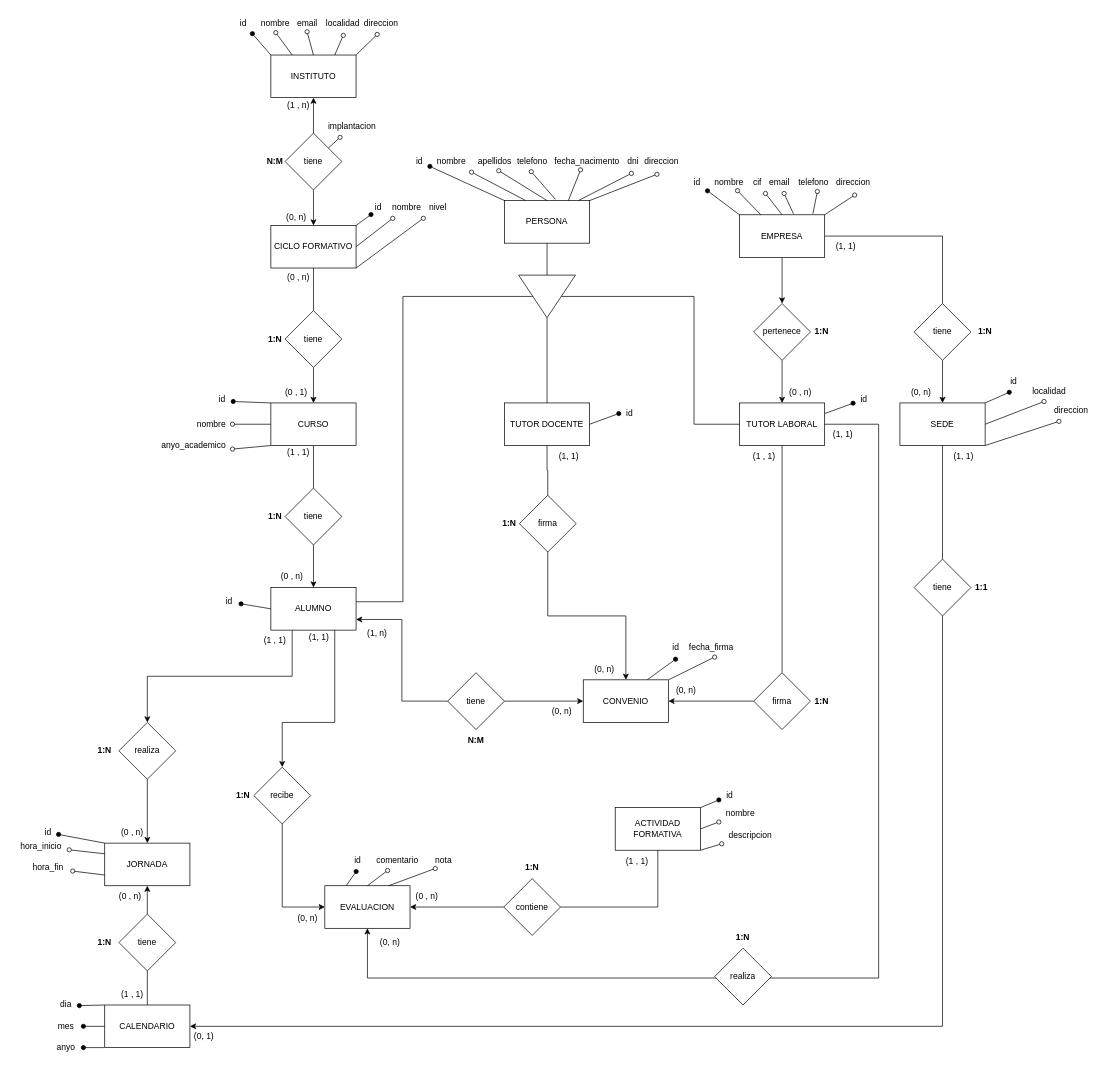
Before: page "Página-1" (1 of 2) of FP_DUAL_E-R.drawio in jjimho439/ProyectoBBDD, a draw.io diagram. Source tidied: cells renumbered, new cells numbered last; positions are measured from the earlier drawing's top-left corner, leaving out a move shared by most shapes. Both pictures are drawn from the tidied source at 71%, with x=0, y=0 at pixel (12, 12).
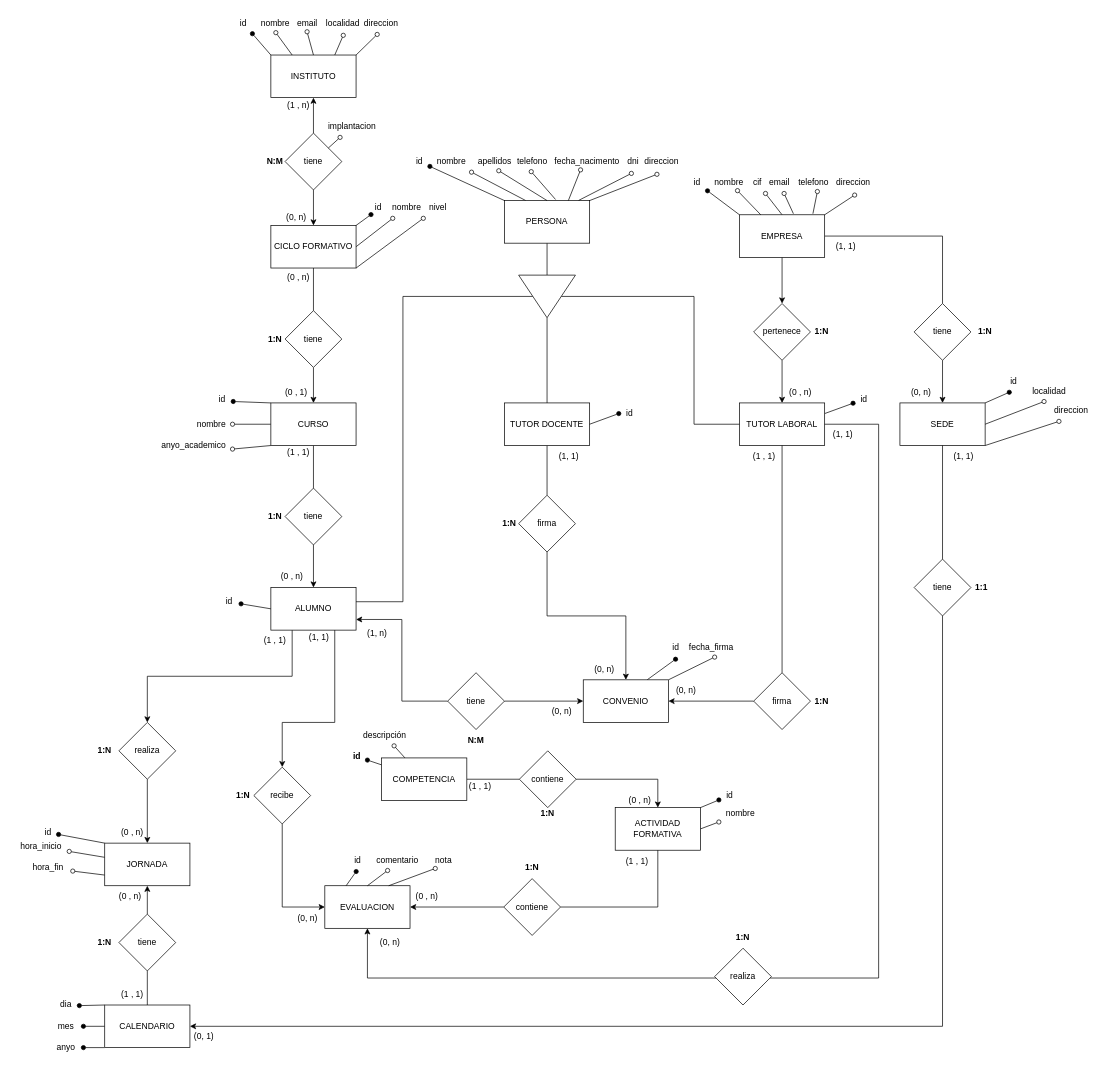
After the change.

Unchanged cells that the change refers to:
```xml
<mxCell id="9" value="ACTIVIDAD FORMATIVA" style="rounded=0;whiteSpace=wrap;html=1;" parent="1" vertex="1">
  <mxGeometry x="849" y="1120" width="120" height="60" as="geometry" />
</mxCell>
<mxCell id="141" value="JORNADA" style="whiteSpace=wrap;html=1;" parent="1" vertex="1">
  <mxGeometry x="130" y="1170" width="120" height="60" as="geometry" />
</mxCell>
<mxCell id="191" value="hora_inicio" style="text;html=1;align=center;verticalAlign=middle;points=[];strokeColor=none;fillColor=none;" parent="1" vertex="1">
  <mxGeometry y="1160" width="80" height="30" as="geometry" />
</mxCell>
```

Diff of the diagram source:
```diff
@@
-    <mxCell id="7" style="rounded=0;jettySize=auto;html=1;exitX=1;exitY=1;exitDx=0;exitDy=0;endArrow=oval;endFill=0;" parent="1" edge="1" source="9" target="150">
-      <mxGeometry relative="1" as="geometry" />
-    </mxCell>
@@
     <mxCell id="47" value="firma" style="rhombus;whiteSpace=wrap;html=1;" parent="1" vertex="1">
-      <mxGeometry x="714" y="680" width="80" height="80" as="geometry" />
+      <mxGeometry x="713" y="680" width="80" height="80" as="geometry" />
     </mxCell>
@@
-    <mxCell id="139" style="rounded=0;jettySize=auto;html=1;exitX=0;exitY=0.25;exitDx=0;exitDy=0;endArrow=oval;endFill=0;" parent="1" edge="1" source="141" target="191">
+    <mxCell id="139" style="rounded=0;jettySize=auto;html=1;endArrow=oval;endFill=0;" parent="1" edge="1" source="141" target="191">
       <mxGeometry relative="1" as="geometry" />
     </mxCell>
@@
-    <mxCell id="150" value="descripcion" style="text;html=1;align=center;verticalAlign=middle;points=[];strokeColor=none;fillColor=none;" parent="1" vertex="1">
-      <mxGeometry x="999" y="1144" width="80" height="30" as="geometry" />
-    </mxCell>
@@
+    <mxCell id="194" style="edgeStyle=orthogonalEdgeStyle;rounded=0;jettySize=auto;html=1;endArrow=none;startFill=0;" parent="1" edge="1" source="197" target="199">
+      <mxGeometry relative="1" as="geometry" />
+    </mxCell>
+    <mxCell id="195" style="rounded=0;jettySize=auto;html=1;endArrow=oval;endFill=1;" parent="1" edge="1" source="197" target="203">
+      <mxGeometry relative="1" as="geometry" />
+    </mxCell>
+    <mxCell id="196" style="rounded=0;jettySize=auto;html=1;endArrow=oval;endFill=0;" parent="1" edge="1" source="197" target="204">
+      <mxGeometry relative="1" as="geometry" />
+    </mxCell>
+    <mxCell id="197" value="COMPETENCIA" style="rounded=0;whiteSpace=wrap;html=1;" parent="1" vertex="1">
+      <mxGeometry x="520" y="1050" width="120" height="60" as="geometry" />
+    </mxCell>
+    <mxCell id="198" style="edgeStyle=orthogonalEdgeStyle;rounded=0;jettySize=auto;html=1;" parent="1" edge="1" source="199" target="9">
+      <mxGeometry relative="1" as="geometry">
+        <Array as="points">
+          <mxPoint x="909" y="1080" />
+        </Array>
+      </mxGeometry>
+    </mxCell>
+    <mxCell id="199" value="contiene" style="rhombus;whiteSpace=wrap;html=1;" parent="1" vertex="1">
+      <mxGeometry x="714" y="1040" width="80" height="80" as="geometry" />
+    </mxCell>
+    <mxCell id="200" value="&lt;b&gt;1:N&lt;/b&gt;" style="text;html=1;align=center;verticalAlign=middle;whiteSpace=wrap;rounded=0;" parent="1" vertex="1">
+      <mxGeometry x="724" y="1114" width="60" height="30" as="geometry" />
+    </mxCell>
+    <mxCell id="201" value="(1 , 1)" style="text;html=1;align=center;verticalAlign=middle;whiteSpace=wrap;rounded=0;" parent="1" vertex="1">
+      <mxGeometry x="629" y="1075" width="60" height="30" as="geometry" />
+    </mxCell>
+    <mxCell id="202" value="(0 , n)" style="text;html=1;align=center;verticalAlign=middle;whiteSpace=wrap;rounded=0;" parent="1" vertex="1">
+      <mxGeometry x="854" y="1095" width="60" height="30" as="geometry" />
+    </mxCell>
+    <mxCell id="203" value="id" style="text;html=1;align=center;verticalAlign=middle;points=[];strokeColor=none;fillColor=none;fontStyle=1;" parent="1" vertex="1">
+      <mxGeometry x="470" y="1033" width="30" height="30" as="geometry" />
+    </mxCell>
+    <mxCell id="204" value="descripción" style="text;html=1;align=center;verticalAlign=middle;points=[];strokeColor=none;fillColor=none;" parent="1" vertex="1">
+      <mxGeometry x="484" y="1003" width="80" height="30" as="geometry" />
+    </mxCell>
```
